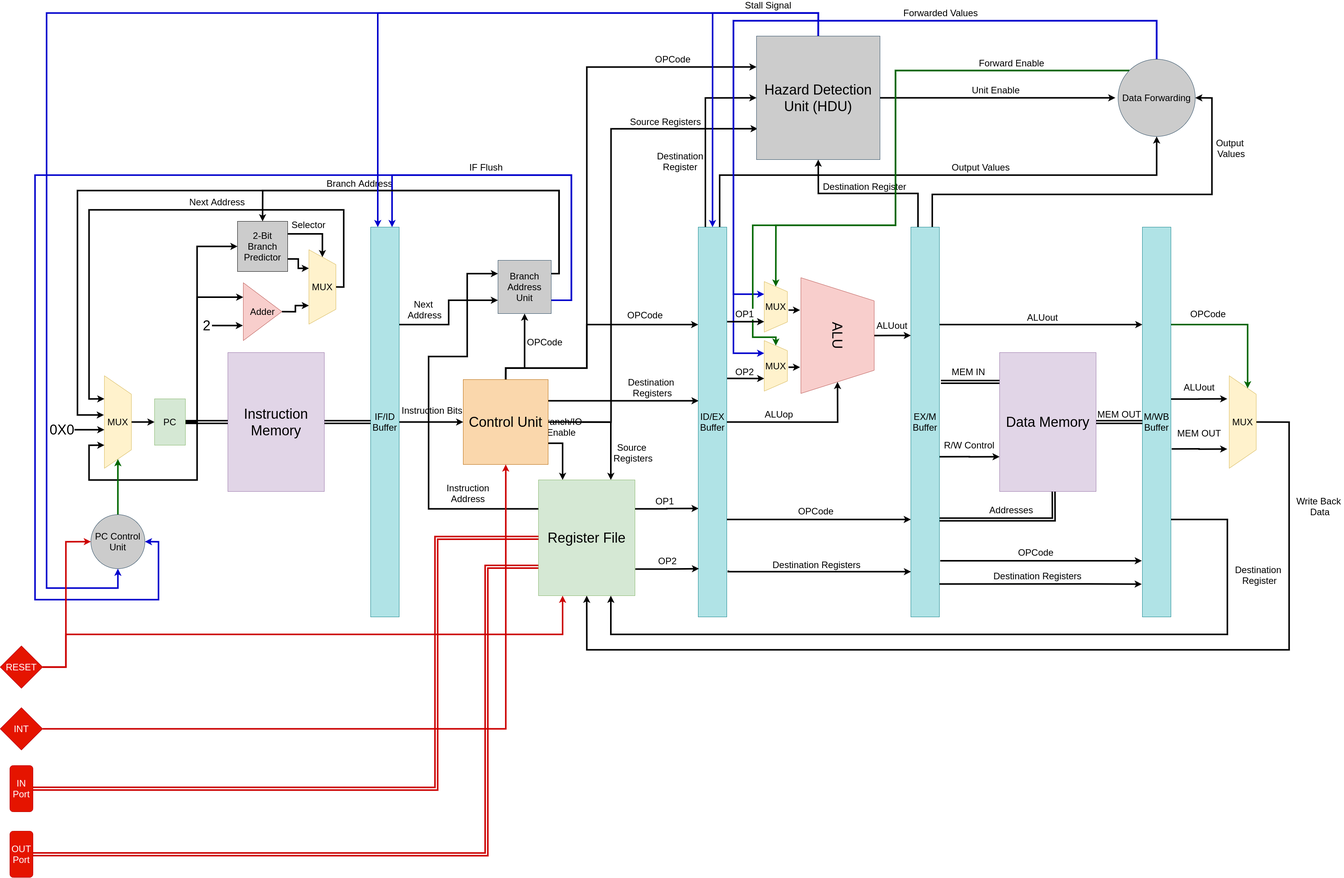
Before: docs/overall_system.png, a diagram exported from draw.io (mido3ds/pipeline-risc-cpu). Source tidied: cells renumbered, new cells last; positions are measured from the earlier drawing's top-left corner, leaving out a move shared by most shapes.
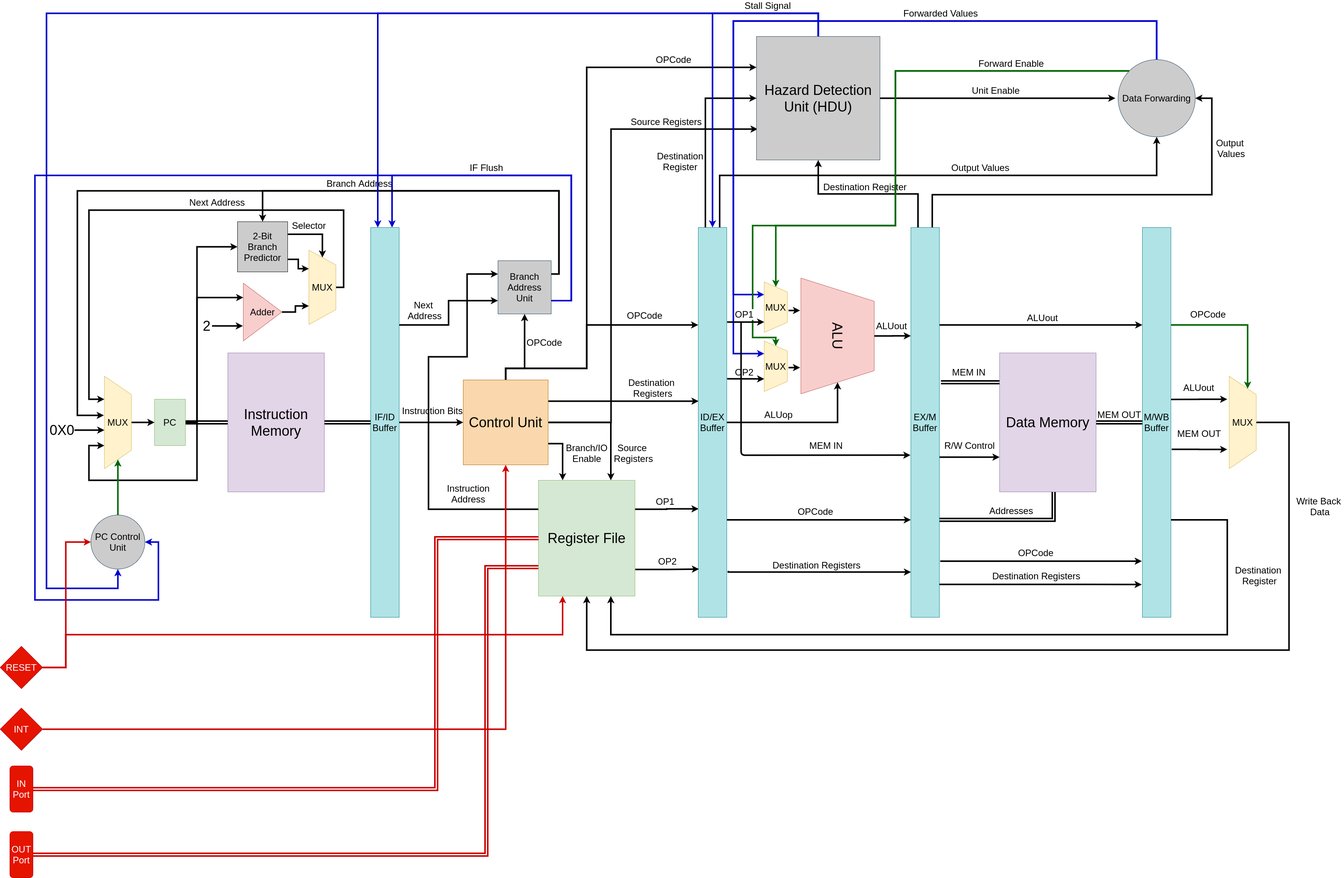
The same diagram one commit later.

What changed in the source:
```diff
@@ -594,5 +594,13 @@
         <mxPoint x="35" y="-31.5" as="offset" />
       </mxGeometry>
     </mxCell>
+    <mxCell id="104" value="&lt;font style=&quot;font-size: 24px&quot;&gt;MEM IN&lt;/font&gt;" style="endArrow=classic;html=1;entryX=-0.014;entryY=0.584;entryDx=0;entryDy=0;entryPerimeter=0;strokeWidth=4;" parent="1" edge="1" target="55">
+      <mxGeometry x="0.44" y="25" relative="1" as="geometry">
+        <mxPoint x="1920" y="800" as="sourcePoint" />
+        <Array as="points">
+          <mxPoint x="1920" y="1145" />
+        </Array>
+      </mxGeometry>
+    </mxCell>
   </root>
 </mxGraphModel>
```
